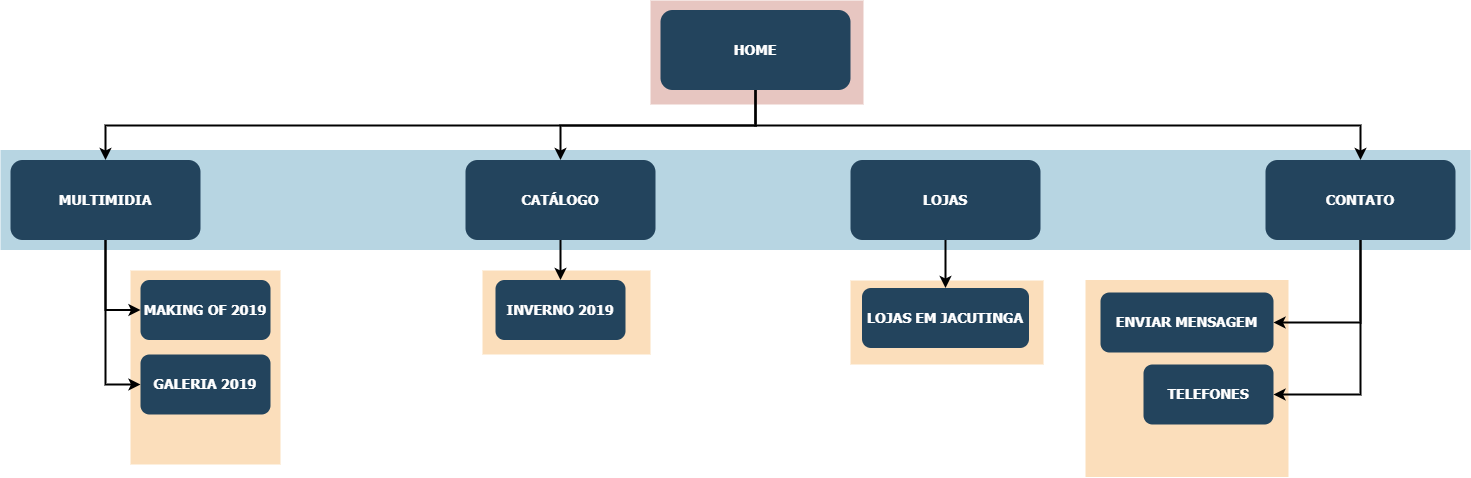
The draw.io diagram images/mapa.png in renantiengo/DW1A3, before a commit. Source tidied: cells renumbered, new cells last; positions are measured from the earlier drawing's top-left corner, leaving out a move shared by most shapes. Its diagram source:
```xml
<mxGraphModel background="#ffffff">
  <root>
    <mxCell id="0" />
    <mxCell id="1" parent="0" />
    <mxCell id="2" style="fillColor=#F2931E;strokeColor=none;opacity=30;" parent="1" vertex="1">
      <mxGeometry x="1085" y="279.5" width="203" height="197" as="geometry" />
    </mxCell>
    <mxCell id="3" style="fillColor=#F2931E;strokeColor=none;opacity=30;" parent="1" vertex="1">
      <mxGeometry x="850" y="280" width="193" height="84" as="geometry" />
    </mxCell>
    <mxCell id="4" style="fillColor=#F2931E;strokeColor=none;opacity=30;" parent="1" vertex="1">
      <mxGeometry x="482" y="270" width="168" height="84" as="geometry" />
    </mxCell>
    <mxCell id="5" style="fillColor=#AE4132;strokeColor=none;opacity=30;" parent="1" vertex="1">
      <mxGeometry x="650" width="213" height="104" as="geometry" />
    </mxCell>
    <mxCell id="6" style="fillColor=#10739E;strokeColor=none;opacity=30;" parent="1" vertex="1">
      <mxGeometry y="149.5" width="1470" height="100" as="geometry" />
    </mxCell>
    <mxCell id="7" style="fillColor=#F2931E;strokeColor=none;opacity=30;" parent="1" vertex="1">
      <mxGeometry x="130" y="270" width="150" height="194" as="geometry" />
    </mxCell>
    <mxCell id="8" value="HOME" style="rounded=1;fillColor=#23445D;gradientColor=none;strokeColor=none;fontColor=#FFFFFF;fontStyle=1;fontFamily=Tahoma;fontSize=14;" parent="1" vertex="1">
      <mxGeometry x="660" y="9.5" width="190" height="80" as="geometry" />
    </mxCell>
    <mxCell id="9" value="CONTATO" style="rounded=1;fillColor=#23445D;gradientColor=none;strokeColor=none;fontColor=#FFFFFF;fontStyle=1;fontFamily=Tahoma;fontSize=14;" parent="1" vertex="1">
      <mxGeometry x="1265" y="159.5" width="190" height="80" as="geometry" />
    </mxCell>
    <mxCell id="10" style="edgeStyle=elbowEdgeStyle;elbow=vertical;strokeWidth=2;rounded=0;" parent="1" edge="1" source="8" target="9">
      <mxGeometry x="337" y="215.5" as="geometry" />
    </mxCell>
    <mxCell id="11" value="LOJAS" style="rounded=1;fillColor=#23445D;gradientColor=none;strokeColor=none;fontColor=#FFFFFF;fontStyle=1;fontFamily=Tahoma;fontSize=14;" parent="1" vertex="1">
      <mxGeometry x="850" y="159.5" width="190" height="80" as="geometry" />
    </mxCell>
    <mxCell id="12" value="CATÁLOGO" style="rounded=1;fillColor=#23445D;gradientColor=none;strokeColor=none;fontColor=#FFFFFF;fontStyle=1;fontFamily=Tahoma;fontSize=14;" parent="1" vertex="1">
      <mxGeometry x="465" y="159.5" width="190" height="80" as="geometry" />
    </mxCell>
    <mxCell id="13" value="MULTIMIDIA" style="rounded=1;fillColor=#23445D;gradientColor=none;strokeColor=none;fontColor=#FFFFFF;fontStyle=1;fontFamily=Tahoma;fontSize=14;" parent="1" vertex="1">
      <mxGeometry x="10" y="159.5" width="190" height="80" as="geometry" />
    </mxCell>
    <mxCell id="14" value="MAKING OF 2019" style="rounded=1;fillColor=#23445D;gradientColor=none;strokeColor=none;fontColor=#FFFFFF;fontStyle=1;fontFamily=Tahoma;fontSize=14;" parent="1" vertex="1">
      <mxGeometry x="140" y="279.5" width="130" height="60" as="geometry" />
    </mxCell>
    <mxCell id="15" value="GALERIA 2019" style="rounded=1;fillColor=#23445D;gradientColor=none;strokeColor=none;fontColor=#FFFFFF;fontStyle=1;fontFamily=Tahoma;fontSize=14;" parent="1" vertex="1">
      <mxGeometry x="140" y="354" width="130" height="60" as="geometry" />
    </mxCell>
    <mxCell id="16" value="INVERNO 2019" style="rounded=1;fillColor=#23445D;gradientColor=none;strokeColor=none;fontColor=#FFFFFF;fontStyle=1;fontFamily=Tahoma;fontSize=14;" parent="1" vertex="1">
      <mxGeometry x="495" y="279.5" width="130" height="60" as="geometry" />
    </mxCell>
    <mxCell id="17" value="LOJAS EM JACUTINGA" style="rounded=1;fillColor=#23445D;gradientColor=none;strokeColor=none;fontColor=#FFFFFF;fontStyle=1;fontFamily=Tahoma;fontSize=14;" parent="1" vertex="1">
      <mxGeometry x="861.5" y="287.5" width="167" height="60" as="geometry" />
    </mxCell>
    <mxCell id="18" value="TELEFONES" style="rounded=1;fillColor=#23445D;gradientColor=none;strokeColor=none;fontColor=#FFFFFF;fontStyle=1;fontFamily=Tahoma;fontSize=14;" parent="1" vertex="1">
      <mxGeometry x="1143" y="364" width="130" height="60" as="geometry" />
    </mxCell>
    <mxCell id="19" value="ENVIAR MENSAGEM" style="rounded=1;fillColor=#23445D;gradientColor=none;strokeColor=none;fontColor=#FFFFFF;fontStyle=1;fontFamily=Tahoma;fontSize=14;" parent="1" vertex="1">
      <mxGeometry x="1100" y="292" width="173" height="60" as="geometry" />
    </mxCell>
    <mxCell id="20" style="edgeStyle=elbowEdgeStyle;elbow=vertical;strokeWidth=2;rounded=0;" parent="1" edge="1" source="8" target="12">
      <mxGeometry x="347" y="225.5" as="geometry" />
    </mxCell>
    <mxCell id="21" style="edgeStyle=elbowEdgeStyle;elbow=vertical;strokeWidth=2;rounded=0;" parent="1" edge="1" source="8" target="13">
      <mxGeometry x="-23" y="135.5" as="geometry" />
    </mxCell>
    <mxCell id="22" style="edgeStyle=elbowEdgeStyle;elbow=horizontal;strokeWidth=2;rounded=0;" parent="1" edge="1" source="13" target="14">
      <mxGeometry x="-23" y="135.5" as="geometry">
        <Array as="points">
          <mxPoint x="105" y="259.5" />
        </Array>
      </mxGeometry>
    </mxCell>
    <mxCell id="23" style="edgeStyle=elbowEdgeStyle;elbow=horizontal;strokeWidth=2;rounded=0;" parent="1" edge="1" source="13" target="15">
      <mxGeometry x="-23" y="135.5" as="geometry">
        <Array as="points">
          <mxPoint x="105" y="299.5" />
        </Array>
      </mxGeometry>
    </mxCell>
    <mxCell id="24" style="edgeStyle=elbowEdgeStyle;elbow=vertical;strokeWidth=2;rounded=0;" parent="1" edge="1" source="12" target="16">
      <mxGeometry x="-23" y="135.5" as="geometry" />
    </mxCell>
    <mxCell id="25" style="edgeStyle=elbowEdgeStyle;elbow=vertical;strokeWidth=2;rounded=0;" parent="1" edge="1" source="11" target="17">
      <mxGeometry x="-23" y="135.5" as="geometry" />
    </mxCell>
    <mxCell id="26" style="edgeStyle=elbowEdgeStyle;elbow=vertical;strokeWidth=2;rounded=0;" parent="1" edge="1" source="9" target="18">
      <mxGeometry x="-23" y="135.5" as="geometry">
        <Array as="points">
          <mxPoint x="1360" y="394" />
          <mxPoint x="1360" y="412" />
        </Array>
      </mxGeometry>
    </mxCell>
    <mxCell id="27" style="edgeStyle=elbowEdgeStyle;elbow=vertical;strokeWidth=2;rounded=0;exitX=0.5;exitY=1;exitDx=0;exitDy=0;" parent="1" edge="1" source="9" target="19">
      <mxGeometry x="-23" y="135.5" as="geometry">
        <Array as="points">
          <mxPoint x="1323" y="322" />
          <mxPoint x="1343" y="340" />
          <mxPoint x="1333" y="312" />
          <mxPoint x="1363" y="312" />
        </Array>
      </mxGeometry>
    </mxCell>
  </root>
</mxGraphModel>
```
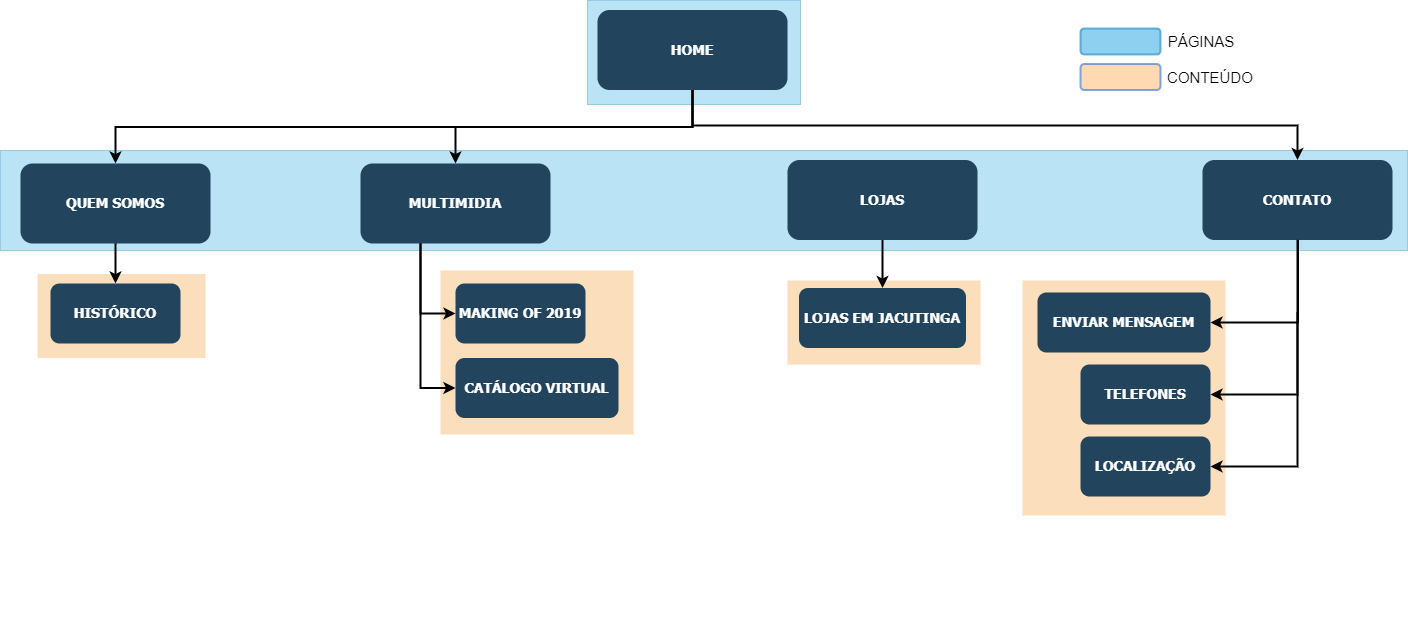
Above is the later version.

What changed in the source:
```diff
@@ -3,22 +3,22 @@
     <mxCell id="0" />
     <mxCell id="1" parent="0" />
     <mxCell id="2" style="fillColor=#F2931E;strokeColor=none;opacity=30;" parent="1" vertex="1">
-      <mxGeometry x="1085" y="279.5" width="203" height="197" as="geometry" />
+      <mxGeometry x="1085" y="280" width="203" height="235" as="geometry" />
     </mxCell>
     <mxCell id="3" style="fillColor=#F2931E;strokeColor=none;opacity=30;" parent="1" vertex="1">
       <mxGeometry x="850" y="280" width="193" height="84" as="geometry" />
     </mxCell>
     <mxCell id="4" style="fillColor=#F2931E;strokeColor=none;opacity=30;" parent="1" vertex="1">
-      <mxGeometry x="482" y="270" width="168" height="84" as="geometry" />
+      <mxGeometry x="100" y="273.5" width="168" height="84" as="geometry" />
     </mxCell>
-    <mxCell id="5" style="fillColor=#AE4132;strokeColor=none;opacity=30;" parent="1" vertex="1">
+    <mxCell id="5" style="fillColor=#1ba1e2;strokeColor=#006EAF;opacity=30;fontColor=#ffffff;" parent="1" vertex="1">
       <mxGeometry x="650" width="213" height="104" as="geometry" />
     </mxCell>
-    <mxCell id="6" style="fillColor=#10739E;strokeColor=none;opacity=30;" parent="1" vertex="1">
-      <mxGeometry y="149.5" width="1470" height="100" as="geometry" />
+    <mxCell id="6" style="fillColor=#1ba1e2;strokeColor=#006EAF;opacity=30;fontColor=#ffffff;" parent="1" vertex="1">
+      <mxGeometry x="63" y="150" width="1407" height="100" as="geometry" />
     </mxCell>
     <mxCell id="7" style="fillColor=#F2931E;strokeColor=none;opacity=30;" parent="1" vertex="1">
-      <mxGeometry x="130" y="270" width="150" height="194" as="geometry" />
+      <mxGeometry x="503" y="270" width="193" height="164" as="geometry" />
     </mxCell>
     <mxCell id="8" value="HOME" style="rounded=1;fillColor=#23445D;gradientColor=none;strokeColor=none;fontColor=#FFFFFF;fontStyle=1;fontFamily=Tahoma;fontSize=14;" parent="1" vertex="1">
       <mxGeometry x="660" y="9.5" width="190" height="80" as="geometry" />
@@ -32,20 +32,20 @@
     <mxCell id="11" value="LOJAS" style="rounded=1;fillColor=#23445D;gradientColor=none;strokeColor=none;fontColor=#FFFFFF;fontStyle=1;fontFamily=Tahoma;fontSize=14;" parent="1" vertex="1">
       <mxGeometry x="850" y="159.5" width="190" height="80" as="geometry" />
     </mxCell>
-    <mxCell id="12" value="CATÁLOGO" style="rounded=1;fillColor=#23445D;gradientColor=none;strokeColor=none;fontColor=#FFFFFF;fontStyle=1;fontFamily=Tahoma;fontSize=14;" parent="1" vertex="1">
-      <mxGeometry x="465" y="159.5" width="190" height="80" as="geometry" />
+    <mxCell id="12" value="QUEM SOMOS" style="rounded=1;fillColor=#23445D;gradientColor=none;strokeColor=none;fontColor=#FFFFFF;fontStyle=1;fontFamily=Tahoma;fontSize=14;" parent="1" vertex="1">
+      <mxGeometry x="83" y="163" width="190" height="80" as="geometry" />
     </mxCell>
     <mxCell id="13" value="MULTIMIDIA" style="rounded=1;fillColor=#23445D;gradientColor=none;strokeColor=none;fontColor=#FFFFFF;fontStyle=1;fontFamily=Tahoma;fontSize=14;" parent="1" vertex="1">
-      <mxGeometry x="10" y="159.5" width="190" height="80" as="geometry" />
+      <mxGeometry x="423" y="163" width="190" height="80" as="geometry" />
     </mxCell>
     <mxCell id="14" value="MAKING OF 2019" style="rounded=1;fillColor=#23445D;gradientColor=none;strokeColor=none;fontColor=#FFFFFF;fontStyle=1;fontFamily=Tahoma;fontSize=14;" parent="1" vertex="1">
-      <mxGeometry x="140" y="279.5" width="130" height="60" as="geometry" />
+      <mxGeometry x="518" y="283" width="130" height="60" as="geometry" />
     </mxCell>
-    <mxCell id="15" value="GALERIA 2019" style="rounded=1;fillColor=#23445D;gradientColor=none;strokeColor=none;fontColor=#FFFFFF;fontStyle=1;fontFamily=Tahoma;fontSize=14;" parent="1" vertex="1">
-      <mxGeometry x="140" y="354" width="130" height="60" as="geometry" />
+    <mxCell id="15" value="CATÁLOGO VIRTUAL" style="rounded=1;fillColor=#23445D;gradientColor=none;strokeColor=none;fontColor=#FFFFFF;fontStyle=1;fontFamily=Tahoma;fontSize=14;" parent="1" vertex="1">
+      <mxGeometry x="518" y="357.5" width="163" height="60" as="geometry" />
     </mxCell>
-    <mxCell id="16" value="INVERNO 2019" style="rounded=1;fillColor=#23445D;gradientColor=none;strokeColor=none;fontColor=#FFFFFF;fontStyle=1;fontFamily=Tahoma;fontSize=14;" parent="1" vertex="1">
-      <mxGeometry x="495" y="279.5" width="130" height="60" as="geometry" />
+    <mxCell id="16" value="HISTÓRICO" style="rounded=1;fillColor=#23445D;gradientColor=none;strokeColor=none;fontColor=#FFFFFF;fontStyle=1;fontFamily=Tahoma;fontSize=14;" parent="1" vertex="1">
+      <mxGeometry x="113" y="283" width="130" height="60" as="geometry" />
     </mxCell>
     <mxCell id="17" value="LOJAS EM JACUTINGA" style="rounded=1;fillColor=#23445D;gradientColor=none;strokeColor=none;fontColor=#FFFFFF;fontStyle=1;fontFamily=Tahoma;fontSize=14;" parent="1" vertex="1">
       <mxGeometry x="861.5" y="287.5" width="167" height="60" as="geometry" />
@@ -63,21 +63,21 @@
       <mxGeometry x="-23" y="135.5" as="geometry" />
     </mxCell>
     <mxCell id="22" style="edgeStyle=elbowEdgeStyle;elbow=horizontal;strokeWidth=2;rounded=0;" parent="1" edge="1" source="13" target="14">
-      <mxGeometry x="-23" y="135.5" as="geometry">
+      <mxGeometry x="355" y="139" as="geometry">
         <Array as="points">
-          <mxPoint x="105" y="259.5" />
+          <mxPoint x="483" y="263" />
         </Array>
       </mxGeometry>
     </mxCell>
     <mxCell id="23" style="edgeStyle=elbowEdgeStyle;elbow=horizontal;strokeWidth=2;rounded=0;" parent="1" edge="1" source="13" target="15">
-      <mxGeometry x="-23" y="135.5" as="geometry">
+      <mxGeometry x="355" y="139" as="geometry">
         <Array as="points">
-          <mxPoint x="105" y="299.5" />
+          <mxPoint x="483" y="303" />
         </Array>
       </mxGeometry>
     </mxCell>
     <mxCell id="24" style="edgeStyle=elbowEdgeStyle;elbow=vertical;strokeWidth=2;rounded=0;" parent="1" edge="1" source="12" target="16">
-      <mxGeometry x="-23" y="135.5" as="geometry" />
+      <mxGeometry x="-405" y="139" as="geometry" />
     </mxCell>
     <mxCell id="25" style="edgeStyle=elbowEdgeStyle;elbow=vertical;strokeWidth=2;rounded=0;" parent="1" edge="1" source="11" target="17">
       <mxGeometry x="-23" y="135.5" as="geometry" />
@@ -100,5 +100,33 @@
         </Array>
       </mxGeometry>
     </mxCell>
+    <mxCell id="28" value="LOCALIZAÇÃO" style="rounded=1;fillColor=#23445D;gradientColor=none;strokeColor=none;fontColor=#FFFFFF;fontStyle=1;fontFamily=Tahoma;fontSize=14;" parent="1" vertex="1">
+      <mxGeometry x="1143" y="436" width="130" height="60" as="geometry" />
+    </mxCell>
+    <mxCell id="29" style="edgeStyle=elbowEdgeStyle;elbow=vertical;strokeWidth=2;rounded=0;" parent="1" edge="1">
+      <mxGeometry x="-23" y="207.5" as="geometry">
+        <mxPoint x="1360" y="311.5" as="sourcePoint" />
+        <mxPoint x="1273" y="466" as="targetPoint" />
+        <Array as="points">
+          <mxPoint x="1360" y="466" />
+          <mxPoint x="1360" y="484" />
+        </Array>
+      </mxGeometry>
+    </mxCell>
+    <mxCell id="30" style="dashed=0;html=1;rounded=1;strokeColor=#0057D8;fontSize=12;align=center;fontStyle=1;strokeWidth=2;fontColor=#0057D8;labelBackgroundColor=#ffffff;fillColor=#FFB366;opacity=50;" parent="1" vertex="1">
+      <mxGeometry x="1143" y="63.5" width="80" height="26" as="geometry" />
+    </mxCell>
+    <mxCell id="31" value="Text" style="text;html=1;strokeColor=none;fillColor=none;align=center;verticalAlign=middle;whiteSpace=wrap;rounded=0;labelBackgroundColor=#ffffff;fontSize=11;fontColor=#FFFFFF;opacity=50;" parent="1" vertex="1">
+      <mxGeometry x="63" y="614" width="40" height="20" as="geometry" />
+    </mxCell>
+    <mxCell id="32" value="&lt;font color=&quot;#000000&quot; style=&quot;font-size: 15px&quot;&gt;PÁGINAS&lt;/font&gt;" style="text;html=1;strokeColor=none;fillColor=none;align=center;verticalAlign=middle;whiteSpace=wrap;rounded=0;labelBackgroundColor=#ffffff;fontSize=11;fontColor=#FFFFFF;opacity=50;strokeWidth=2;" parent="1" vertex="1">
+      <mxGeometry x="1183" y="31" width="160" height="20" as="geometry" />
+    </mxCell>
+    <mxCell id="33" value="&lt;font color=&quot;#000000&quot; style=&quot;font-size: 15px&quot;&gt;CONTEÚDO&lt;/font&gt;" style="text;html=1;strokeColor=none;fillColor=none;align=center;verticalAlign=middle;whiteSpace=wrap;rounded=0;labelBackgroundColor=#ffffff;fontSize=11;fontColor=#FFFFFF;opacity=50;strokeWidth=2;" parent="1" vertex="1">
+      <mxGeometry x="1193" y="66.5" width="160" height="20" as="geometry" />
+    </mxCell>
+    <mxCell id="34" style="dashed=0;html=1;rounded=1;strokeColor=#006EAF;fontSize=12;align=center;fontStyle=1;strokeWidth=2;fontColor=#ffffff;labelBackgroundColor=#ffffff;fillColor=#1ba1e2;opacity=50;" parent="1" vertex="1">
+      <mxGeometry x="1143" y="28" width="80" height="26" as="geometry" />
+    </mxCell>
   </root>
 </mxGraphModel>
```
